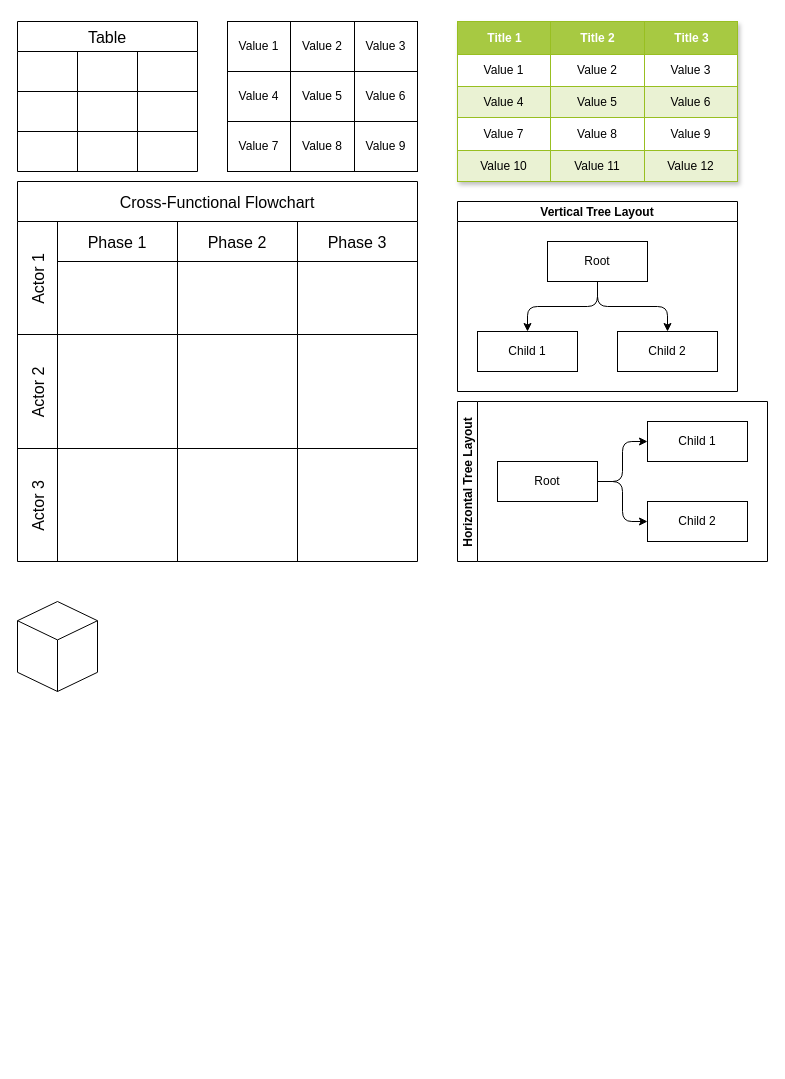
Earlier version of the draw.io diagram demo2233.drawio (Quixote-Demo/demo). Source tidied: cells renumbered, new cells numbered last; positions are measured from the earlier drawing's top-left corner, leaving out a move shared by most shapes. Both pictures are drawn from the tidied source at 100%, with x=0, y=0 at pixel (17, 21).
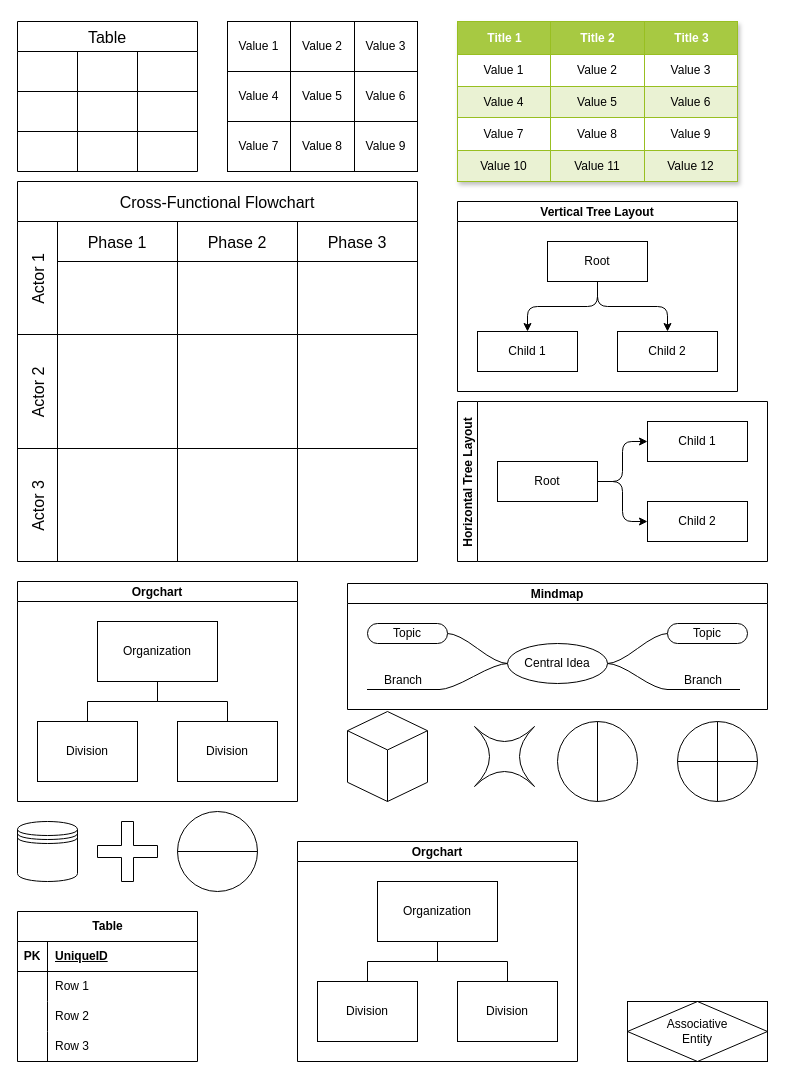
The same diagram, later.

Change to the diagram source:
```diff
@@
     <mxCell id="41" style="html=1;whiteSpace=wrap;shape=isoCube2;backgroundOutline=1;isoAngle=15;" parent="1" vertex="1">
-      <mxGeometry y="580" width="80" height="90" as="geometry" />
+      <mxGeometry x="330" y="690" width="80" height="90" as="geometry" />
     </mxCell>
@@
+    <mxCell id="75" value="Mindmap" style="swimlane;startSize=20;horizontal=1;containerType=tree;" parent="1" vertex="1">
+      <mxGeometry x="330" y="562" width="420" height="126" as="geometry" />
+    </mxCell>
+    <mxCell id="76" style="edgeStyle=entityRelationEdgeStyle;startArrow=none;endArrow=none;segment=10;curved=1;sourcePerimeterSpacing=0;targetPerimeterSpacing=0;rounded=0;" parent="75" edge="1" source="80" target="81">
+      <mxGeometry relative="1" as="geometry" />
+    </mxCell>
+    <mxCell id="77" style="edgeStyle=entityRelationEdgeStyle;startArrow=none;endArrow=none;segment=10;curved=1;sourcePerimeterSpacing=0;targetPerimeterSpacing=0;rounded=0;" parent="75" edge="1" source="80" target="82">
+      <mxGeometry relative="1" as="geometry" />
+    </mxCell>
+    <mxCell id="78" style="edgeStyle=entityRelationEdgeStyle;startArrow=none;endArrow=none;segment=10;curved=1;sourcePerimeterSpacing=0;targetPerimeterSpacing=0;rounded=0;" parent="75" edge="1" source="80" target="83">
+      <mxGeometry relative="1" as="geometry" />
+    </mxCell>
+    <mxCell id="79" style="edgeStyle=entityRelationEdgeStyle;startArrow=none;endArrow=none;segment=10;curved=1;sourcePerimeterSpacing=0;targetPerimeterSpacing=0;rounded=0;" parent="75" edge="1" source="80" target="84">
+      <mxGeometry relative="1" as="geometry" />
+    </mxCell>
+    <mxCell id="80" value="Central Idea" style="ellipse;whiteSpace=wrap;html=1;align=center;newEdgeStyle={&quot;edgeStyle&quot;:&quot;entityRelationEdgeStyle&quot;,&quot;startArrow&quot;:&quot;none&quot;,&quot;endArrow&quot;:&quot;none&quot;,&quot;segment&quot;:10,&quot;curved&quot;:1,&quot;sourcePerimeterSpacing&quot;:0,&quot;targetPerimeterSpacing&quot;:0};" parent="75" vertex="1">
+      <mxGeometry x="160" y="60" width="100" height="40" as="geometry" />
+    </mxCell>
+    <mxCell id="81" value="Topic" style="whiteSpace=wrap;html=1;rounded=1;arcSize=50;align=center;verticalAlign=middle;strokeWidth=1;spacing=4;newEdgeStyle={&quot;edgeStyle&quot;:&quot;entityRelationEdgeStyle&quot;,&quot;startArrow&quot;:&quot;none&quot;,&quot;endArrow&quot;:&quot;none&quot;,&quot;segment&quot;:10,&quot;curved&quot;:1,&quot;sourcePerimeterSpacing&quot;:0,&quot;targetPerimeterSpacing&quot;:0};" parent="75" vertex="1">
+      <mxGeometry x="320" y="40" width="80" height="20" as="geometry" />
+    </mxCell>
+    <mxCell id="82" value="Branch" style="whiteSpace=wrap;html=1;shape=partialRectangle;top=0;left=0;bottom=1;right=0;points=[[0,1],[1,1]];fillColor=none;align=center;verticalAlign=bottom;routingCenterY=0.5;snapToPoint=1;newEdgeStyle={&quot;edgeStyle&quot;:&quot;entityRelationEdgeStyle&quot;,&quot;startArrow&quot;:&quot;none&quot;,&quot;endArrow&quot;:&quot;none&quot;,&quot;segment&quot;:10,&quot;curved&quot;:1,&quot;sourcePerimeterSpacing&quot;:0,&quot;targetPerimeterSpacing&quot;:0};" parent="75" vertex="1">
+      <mxGeometry x="320" y="80" width="72" height="26" as="geometry" />
+    </mxCell>
+    <mxCell id="83" value="Topic" style="whiteSpace=wrap;html=1;rounded=1;arcSize=50;align=center;verticalAlign=middle;strokeWidth=1;spacing=4;newEdgeStyle={&quot;edgeStyle&quot;:&quot;entityRelationEdgeStyle&quot;,&quot;startArrow&quot;:&quot;none&quot;,&quot;endArrow&quot;:&quot;none&quot;,&quot;segment&quot;:10,&quot;curved&quot;:1,&quot;sourcePerimeterSpacing&quot;:0,&quot;targetPerimeterSpacing&quot;:0};" parent="75" vertex="1">
+      <mxGeometry x="20" y="40" width="80" height="20" as="geometry" />
+    </mxCell>
+    <mxCell id="84" value="Branch" style="whiteSpace=wrap;html=1;shape=partialRectangle;top=0;left=0;bottom=1;right=0;points=[[0,1],[1,1]];fillColor=none;align=center;verticalAlign=bottom;routingCenterY=0.5;snapToPoint=1;newEdgeStyle={&quot;edgeStyle&quot;:&quot;entityRelationEdgeStyle&quot;,&quot;startArrow&quot;:&quot;none&quot;,&quot;endArrow&quot;:&quot;none&quot;,&quot;segment&quot;:10,&quot;curved&quot;:1,&quot;sourcePerimeterSpacing&quot;:0,&quot;targetPerimeterSpacing&quot;:0};" parent="75" vertex="1">
+      <mxGeometry x="20" y="80" width="72" height="26" as="geometry" />
+    </mxCell>
+    <mxCell id="85" value="Orgchart" style="swimlane;startSize=20;horizontal=1;containerType=tree;newEdgeStyle={&quot;edgeStyle&quot;:&quot;elbowEdgeStyle&quot;,&quot;startArrow&quot;:&quot;none&quot;,&quot;endArrow&quot;:&quot;none&quot;};" parent="1" vertex="1">
+      <mxGeometry y="560" width="280" height="220" as="geometry" />
+    </mxCell>
+    <mxCell id="86" style="edgeStyle=elbowEdgeStyle;elbow=vertical;sourcePerimeterSpacing=0;targetPerimeterSpacing=0;startArrow=none;endArrow=none;rounded=0;curved=0;" parent="85" edge="1" source="88" target="89">
+      <mxGeometry relative="1" as="geometry" />
+    </mxCell>
+    <mxCell id="87" style="edgeStyle=elbowEdgeStyle;elbow=vertical;sourcePerimeterSpacing=0;targetPerimeterSpacing=0;startArrow=none;endArrow=none;rounded=0;curved=0;" parent="85" edge="1" source="88" target="90">
+      <mxGeometry relative="1" as="geometry" />
+    </mxCell>
+    <mxCell id="88" value="Organization" style="whiteSpace=wrap;html=1;align=center;newEdgeStyle={&quot;edgeStyle&quot;:&quot;elbowEdgeStyle&quot;,&quot;startArrow&quot;:&quot;none&quot;,&quot;endArrow&quot;:&quot;none&quot;};" parent="85" vertex="1">
+      <mxGeometry x="80" y="40" width="120" height="60" as="geometry" />
+    </mxCell>
+    <mxCell id="89" value="Division" style="whiteSpace=wrap;html=1;align=center;verticalAlign=middle;newEdgeStyle={&quot;edgeStyle&quot;:&quot;elbowEdgeStyle&quot;,&quot;startArrow&quot;:&quot;none&quot;,&quot;endArrow&quot;:&quot;none&quot;};" parent="85" vertex="1">
+      <mxGeometry x="20" y="140" width="100" height="60" as="geometry" />
+    </mxCell>
+    <mxCell id="90" value="Division" style="whiteSpace=wrap;html=1;align=center;verticalAlign=middle;newEdgeStyle={&quot;edgeStyle&quot;:&quot;elbowEdgeStyle&quot;,&quot;startArrow&quot;:&quot;none&quot;,&quot;endArrow&quot;:&quot;none&quot;};" parent="85" vertex="1">
+      <mxGeometry x="160" y="140" width="100" height="60" as="geometry" />
+    </mxCell>
+    <mxCell id="91" style="shape=switch;whiteSpace=wrap;html=1;" parent="1" vertex="1">
+      <mxGeometry x="457" y="705" width="60" height="60" as="geometry" />
+    </mxCell>
+    <mxCell id="92" style="shape=lineEllipse;line=vertical;perimeter=ellipsePerimeter;whiteSpace=wrap;html=1;backgroundOutline=1;" parent="1" vertex="1">
+      <mxGeometry x="540" y="700" width="80" height="80" as="geometry" />
+    </mxCell>
+    <mxCell id="93" style="shape=orEllipse;perimeter=ellipsePerimeter;whiteSpace=wrap;html=1;backgroundOutline=1;" parent="1" vertex="1">
+      <mxGeometry x="660" y="700" width="80" height="80" as="geometry" />
+    </mxCell>
+    <mxCell id="94" style="shape=datastore;whiteSpace=wrap;html=1;" parent="1" vertex="1">
+      <mxGeometry y="800" width="60" height="60" as="geometry" />
+    </mxCell>
+    <mxCell id="95" style="shape=cross;whiteSpace=wrap;html=1;" parent="1" vertex="1">
+      <mxGeometry x="80" y="800" width="60" height="60" as="geometry" />
+    </mxCell>
+    <mxCell id="96" style="shape=lineEllipse;perimeter=ellipsePerimeter;whiteSpace=wrap;html=1;backgroundOutline=1;" parent="1" vertex="1">
+      <mxGeometry x="160" y="790" width="80" height="80" as="geometry" />
+    </mxCell>
+    <mxCell id="97" value="Orgchart" style="swimlane;startSize=20;horizontal=1;containerType=tree;newEdgeStyle={&quot;edgeStyle&quot;:&quot;elbowEdgeStyle&quot;,&quot;startArrow&quot;:&quot;none&quot;,&quot;endArrow&quot;:&quot;none&quot;};" parent="1" vertex="1">
+      <mxGeometry x="280" y="820" width="280" height="220" as="geometry" />
+    </mxCell>
+    <mxCell id="98" style="edgeStyle=elbowEdgeStyle;elbow=vertical;sourcePerimeterSpacing=0;targetPerimeterSpacing=0;startArrow=none;endArrow=none;rounded=0;curved=0;" parent="97" edge="1" source="100" target="101">
+      <mxGeometry relative="1" as="geometry" />
+    </mxCell>
+    <mxCell id="99" style="edgeStyle=elbowEdgeStyle;elbow=vertical;sourcePerimeterSpacing=0;targetPerimeterSpacing=0;startArrow=none;endArrow=none;rounded=0;curved=0;" parent="97" edge="1" source="100" target="102">
+      <mxGeometry relative="1" as="geometry" />
+    </mxCell>
+    <mxCell id="100" value="Organization" style="whiteSpace=wrap;html=1;align=center;newEdgeStyle={&quot;edgeStyle&quot;:&quot;elbowEdgeStyle&quot;,&quot;startArrow&quot;:&quot;none&quot;,&quot;endArrow&quot;:&quot;none&quot;};" parent="97" vertex="1">
+      <mxGeometry x="80" y="40" width="120" height="60" as="geometry" />
+    </mxCell>
+    <mxCell id="101" value="Division" style="whiteSpace=wrap;html=1;align=center;verticalAlign=middle;newEdgeStyle={&quot;edgeStyle&quot;:&quot;elbowEdgeStyle&quot;,&quot;startArrow&quot;:&quot;none&quot;,&quot;endArrow&quot;:&quot;none&quot;};" parent="97" vertex="1">
+      <mxGeometry x="20" y="140" width="100" height="60" as="geometry" />
+    </mxCell>
+    <mxCell id="102" value="Division" style="whiteSpace=wrap;html=1;align=center;verticalAlign=middle;newEdgeStyle={&quot;edgeStyle&quot;:&quot;elbowEdgeStyle&quot;,&quot;startArrow&quot;:&quot;none&quot;,&quot;endArrow&quot;:&quot;none&quot;};" parent="97" vertex="1">
+      <mxGeometry x="160" y="140" width="100" height="60" as="geometry" />
+    </mxCell>
+    <mxCell id="103" value="Table" style="shape=table;startSize=30;childLayout=tableLayout;rowLines=0;fontStyle=1;align=center;html=1;" parent="1" vertex="1">
+      <mxGeometry y="890" width="180" height="150" as="geometry" />
+    </mxCell>
+    <mxCell id="104" style="shape=tableRow;horizontal=0;startSize=0;swimlaneHead=0;swimlaneBody=0;fillColor=none;top=0;left=0;right=0;bottom=1;" parent="103" vertex="1">
+      <mxGeometry y="30" width="180" height="30" as="geometry" />
+    </mxCell>
+    <mxCell id="105" value="PK" style="shape=partialRectangle;fillColor=none;top=0;left=0;bottom=0;right=0;fontStyle=1;overflow=hidden;whiteSpace=wrap;html=1;" parent="104" vertex="1">
+      <mxGeometry width="30" height="30" as="geometry" />
+    </mxCell>
+    <mxCell id="106" value="UniqueID" style="shape=partialRectangle;fillColor=none;top=0;left=0;bottom=0;right=0;align=left;spacingLeft=6;fontStyle=5;overflow=hidden;whiteSpace=wrap;html=1;" parent="104" vertex="1">
+      <mxGeometry x="30" width="150" height="30" as="geometry" />
+    </mxCell>
+    <mxCell id="107" style="shape=tableRow;horizontal=0;startSize=0;swimlaneHead=0;swimlaneBody=0;fillColor=none;top=0;left=0;right=0;bottom=0;" parent="103" vertex="1">
+      <mxGeometry y="60" width="180" height="30" as="geometry" />
+    </mxCell>
+    <mxCell id="108" style="shape=partialRectangle;fillColor=none;top=0;left=0;bottom=0;right=0;overflow=hidden;whiteSpace=wrap;html=1;" parent="107" vertex="1">
+      <mxGeometry width="30" height="30" as="geometry" />
+    </mxCell>
+    <mxCell id="109" value="Row 1" style="shape=partialRectangle;fillColor=none;top=0;left=0;bottom=0;right=0;align=left;spacingLeft=6;overflow=hidden;whiteSpace=wrap;html=1;" parent="107" vertex="1">
+      <mxGeometry x="30" width="150" height="30" as="geometry" />
+    </mxCell>
+    <mxCell id="110" style="shape=tableRow;horizontal=0;startSize=0;swimlaneHead=0;swimlaneBody=0;fillColor=none;top=0;left=0;right=0;bottom=0;" parent="103" vertex="1">
+      <mxGeometry y="90" width="180" height="30" as="geometry" />
+    </mxCell>
+    <mxCell id="111" style="shape=partialRectangle;fillColor=none;top=0;left=0;bottom=0;right=0;overflow=hidden;whiteSpace=wrap;html=1;" parent="110" vertex="1">
+      <mxGeometry width="30" height="30" as="geometry" />
+    </mxCell>
+    <mxCell id="112" value="Row 2" style="shape=partialRectangle;fillColor=none;top=0;left=0;bottom=0;right=0;align=left;spacingLeft=6;overflow=hidden;whiteSpace=wrap;html=1;" parent="110" vertex="1">
+      <mxGeometry x="30" width="150" height="30" as="geometry" />
+    </mxCell>
+    <mxCell id="113" style="shape=tableRow;horizontal=0;startSize=0;swimlaneHead=0;swimlaneBody=0;fillColor=none;top=0;left=0;right=0;bottom=0;" parent="103" vertex="1">
+      <mxGeometry y="120" width="180" height="30" as="geometry" />
+    </mxCell>
+    <mxCell id="114" style="shape=partialRectangle;fillColor=none;top=0;left=0;bottom=0;right=0;overflow=hidden;whiteSpace=wrap;html=1;" parent="113" vertex="1">
+      <mxGeometry width="30" height="30" as="geometry" />
+    </mxCell>
+    <mxCell id="115" value="Row 3" style="shape=partialRectangle;fillColor=none;top=0;left=0;bottom=0;right=0;align=left;spacingLeft=6;overflow=hidden;whiteSpace=wrap;html=1;" parent="113" vertex="1">
+      <mxGeometry x="30" width="150" height="30" as="geometry" />
+    </mxCell>
+    <mxCell id="116" value="Associative&#10;Entity" style="shape=associativeEntity;whiteSpace=wrap;html=1;align=center;" parent="1" vertex="1">
+      <mxGeometry x="610" y="980" width="140" height="60" as="geometry" />
+    </mxCell>
```
